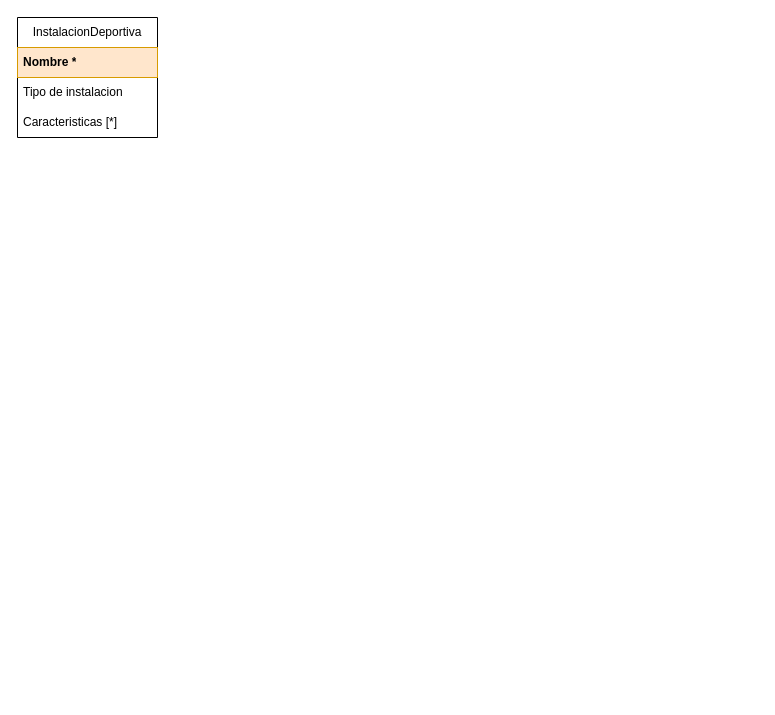
jhosebro/Bases-de-datos keeps this draw.io diagram as reservaInstalacionesDeportivasUML.drawio. Above is the earlier version. Source tidied: cells renumbered, new cells numbered last; positions are measured from the earlier drawing's top-left corner, leaving out a move shared by most shapes. Both pictures are drawn from the tidied source at 100%, with x=0, y=0 at pixel (17, 17).
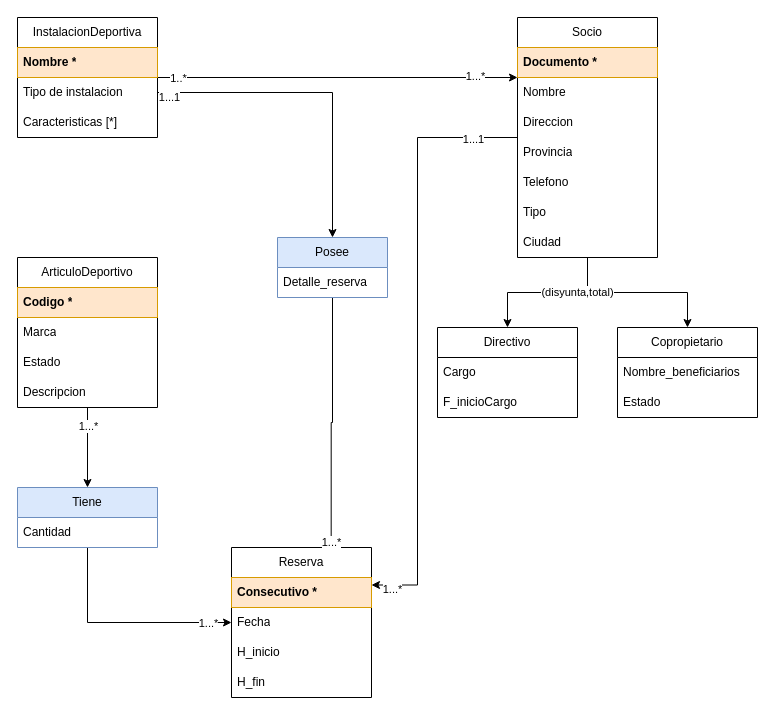
The same diagram, later.

The change refers to these unchanged cells:
```xml
<mxCell id="2" value="InstalacionDeportiva" style="swimlane;fontStyle=0;horizontal=1;startSize=30;whiteSpace=wrap;html=1;" parent="1" vertex="1">
  <mxGeometry width="140" height="120" as="geometry" />
</mxCell>
<mxCell id="4" value="Tipo de instalacion" style="text;strokeColor=none;fillColor=none;align=left;verticalAlign=middle;spacingLeft=4;spacingRight=4;overflow=hidden;points=[[0,0.5],[1,0.5]];portConstraint=eastwest;whiteSpace=wrap;html=1;" parent="2" vertex="1">
  <mxGeometry y="60" width="140" height="30" as="geometry" />
</mxCell>
```

Diff of the diagram source:
```diff
@@
+    <mxCell id="6" style="edgeStyle=orthogonalEdgeStyle;rounded=0;jettySize=auto;html=1;entryX=0;entryY=0.25;entryDx=0;entryDy=0;" parent="1" edge="1" source="2" target="14">
+      <mxGeometry relative="1" as="geometry" />
+    </mxCell>
+    <mxCell id="7" value="1..*" style="edgeLabel;html=1;align=center;verticalAlign=middle;" parent="6" vertex="1">
+      <mxGeometry x="-0.89" y="-1" relative="1" as="geometry" />
+    </mxCell>
+    <mxCell id="8" value="1...*" style="edgeLabel;html=1;align=center;verticalAlign=middle;" parent="6" vertex="1">
+      <mxGeometry x="0.76" y="1" relative="1" as="geometry" />
+    </mxCell>
@@
+    <mxCell id="9" style="edgeStyle=orthogonalEdgeStyle;rounded=0;jettySize=auto;html=1;entryX=0.5;entryY=0;entryDx=0;entryDy=0;" parent="1" edge="1" source="14" target="22">
+      <mxGeometry relative="1" as="geometry" />
+    </mxCell>
+    <mxCell id="10" value="(disyunta,total)" style="edgeStyle=orthogonalEdgeStyle;rounded=0;jettySize=auto;html=1;" parent="1" edge="1" source="14" target="25">
+      <mxGeometry x="-0.59" y="-10" relative="1" as="geometry">
+        <mxPoint x="-10" y="-10" as="offset" />
+      </mxGeometry>
+    </mxCell>
+    <mxCell id="11" style="edgeStyle=orthogonalEdgeStyle;rounded=0;jettySize=auto;html=1;entryX=1;entryY=0.25;entryDx=0;entryDy=0;" parent="1" edge="1" source="14" target="35">
+      <mxGeometry relative="1" as="geometry">
+        <Array as="points">
+          <mxPoint x="400" y="120" />
+          <mxPoint x="400" y="568" />
+        </Array>
+      </mxGeometry>
+    </mxCell>
+    <mxCell id="12" value="1...*" style="edgeLabel;html=1;align=center;verticalAlign=middle;" parent="11" vertex="1">
+      <mxGeometry x="0.93" y="4" relative="1" as="geometry" />
+    </mxCell>
+    <mxCell id="13" value="1...1" style="edgeLabel;html=1;align=center;verticalAlign=middle;" parent="11" vertex="1">
+      <mxGeometry x="-0.85" y="1" relative="1" as="geometry" />
+    </mxCell>
+    <mxCell id="14" value="Socio" style="swimlane;fontStyle=0;horizontal=1;startSize=30;whiteSpace=wrap;html=1;" parent="1" vertex="1">
+      <mxGeometry x="500" width="140" height="240" as="geometry" />
+    </mxCell>
+    <mxCell id="15" value="Documento *" style="text;strokeColor=#d79b00;fillColor=#ffe6cc;align=left;verticalAlign=middle;spacingLeft=4;spacingRight=4;overflow=hidden;whiteSpace=wrap;html=1;fontStyle=1;" parent="14" vertex="1">
+      <mxGeometry y="30" width="140" height="30" as="geometry" />
+    </mxCell>
+    <mxCell id="16" value="Nombre" style="text;strokeColor=none;fillColor=none;align=left;verticalAlign=middle;spacingLeft=4;spacingRight=4;overflow=hidden;whiteSpace=wrap;html=1;" parent="14" vertex="1">
+      <mxGeometry y="60" width="140" height="30" as="geometry" />
+    </mxCell>
+    <mxCell id="17" value="Direccion" style="text;strokeColor=none;fillColor=none;align=left;verticalAlign=middle;spacingLeft=4;spacingRight=4;overflow=hidden;whiteSpace=wrap;html=1;" parent="14" vertex="1">
+      <mxGeometry y="90" width="140" height="30" as="geometry" />
+    </mxCell>
+    <mxCell id="18" value="Provincia" style="text;strokeColor=none;fillColor=none;align=left;verticalAlign=middle;spacingLeft=4;spacingRight=4;overflow=hidden;whiteSpace=wrap;html=1;" parent="14" vertex="1">
+      <mxGeometry y="120" width="140" height="30" as="geometry" />
+    </mxCell>
+    <mxCell id="19" value="Telefono" style="text;strokeColor=none;fillColor=none;align=left;verticalAlign=middle;spacingLeft=4;spacingRight=4;overflow=hidden;whiteSpace=wrap;html=1;" parent="14" vertex="1">
+      <mxGeometry y="150" width="140" height="30" as="geometry" />
+    </mxCell>
+    <mxCell id="20" value="Tipo" style="text;strokeColor=none;fillColor=none;align=left;verticalAlign=middle;spacingLeft=4;spacingRight=4;overflow=hidden;whiteSpace=wrap;html=1;" parent="14" vertex="1">
+      <mxGeometry y="180" width="140" height="30" as="geometry" />
+    </mxCell>
+    <mxCell id="21" value="Ciudad" style="text;strokeColor=none;fillColor=none;align=left;verticalAlign=middle;spacingLeft=4;spacingRight=4;overflow=hidden;whiteSpace=wrap;html=1;" parent="14" vertex="1">
+      <mxGeometry y="210" width="140" height="30" as="geometry" />
+    </mxCell>
+    <mxCell id="22" value="Directivo" style="swimlane;fontStyle=0;horizontal=1;startSize=30;whiteSpace=wrap;html=1;" parent="1" vertex="1">
+      <mxGeometry x="420" y="310" width="140" height="90" as="geometry" />
+    </mxCell>
+    <mxCell id="23" value="Cargo" style="text;strokeColor=none;fillColor=none;align=left;verticalAlign=middle;spacingLeft=4;spacingRight=4;overflow=hidden;whiteSpace=wrap;html=1;" parent="22" vertex="1">
+      <mxGeometry y="30" width="140" height="30" as="geometry" />
+    </mxCell>
+    <mxCell id="24" value="F_inicioCargo" style="text;strokeColor=none;fillColor=none;align=left;verticalAlign=middle;spacingLeft=4;spacingRight=4;overflow=hidden;whiteSpace=wrap;html=1;" parent="22" vertex="1">
+      <mxGeometry y="60" width="140" height="30" as="geometry" />
+    </mxCell>
+    <mxCell id="25" value="Copropietario" style="swimlane;fontStyle=0;horizontal=1;startSize=30;whiteSpace=wrap;html=1;" parent="1" vertex="1">
+      <mxGeometry x="600" y="310" width="140" height="90" as="geometry" />
+    </mxCell>
+    <mxCell id="26" value="Nombre_beneficiarios" style="text;strokeColor=none;fillColor=none;align=left;verticalAlign=middle;spacingLeft=4;spacingRight=4;overflow=hidden;whiteSpace=wrap;html=1;" parent="25" vertex="1">
+      <mxGeometry y="30" width="140" height="30" as="geometry" />
+    </mxCell>
+    <mxCell id="27" value="Estado" style="text;strokeColor=none;fillColor=none;align=left;verticalAlign=middle;spacingLeft=4;spacingRight=4;overflow=hidden;whiteSpace=wrap;html=1;" parent="25" vertex="1">
+      <mxGeometry y="60" width="140" height="30" as="geometry" />
+    </mxCell>
+    <mxCell id="28" style="edgeStyle=orthogonalEdgeStyle;rounded=0;jettySize=auto;html=1;" parent="1" edge="1" source="30" target="48">
+      <mxGeometry relative="1" as="geometry" />
+    </mxCell>
+    <mxCell id="29" value="1...*" style="edgeLabel;html=1;align=center;verticalAlign=middle;" parent="28" vertex="1">
+      <mxGeometry x="-0.55" relative="1" as="geometry" />
+    </mxCell>
+    <mxCell id="30" value="ArticuloDeportivo" style="swimlane;fontStyle=0;horizontal=1;startSize=30;whiteSpace=wrap;html=1;" parent="1" vertex="1">
+      <mxGeometry y="240" width="140" height="150" as="geometry" />
+    </mxCell>
+    <mxCell id="31" value="&lt;b&gt;Codigo *&lt;/b&gt;" style="text;strokeColor=#d79b00;fillColor=#ffe6cc;align=left;verticalAlign=middle;spacingLeft=4;spacingRight=4;overflow=hidden;whiteSpace=wrap;html=1;" parent="30" vertex="1">
+      <mxGeometry y="30" width="140" height="30" as="geometry" />
+    </mxCell>
+    <mxCell id="32" value="Marca" style="text;strokeColor=none;fillColor=none;align=left;verticalAlign=middle;spacingLeft=4;spacingRight=4;overflow=hidden;whiteSpace=wrap;html=1;" parent="30" vertex="1">
+      <mxGeometry y="60" width="140" height="30" as="geometry" />
+    </mxCell>
+    <mxCell id="33" value="Estado" style="text;strokeColor=none;fillColor=none;align=left;verticalAlign=middle;spacingLeft=4;spacingRight=4;overflow=hidden;whiteSpace=wrap;html=1;" parent="30" vertex="1">
+      <mxGeometry y="90" width="140" height="30" as="geometry" />
+    </mxCell>
+    <mxCell id="34" value="Descripcion" style="text;strokeColor=none;fillColor=none;align=left;verticalAlign=middle;spacingLeft=4;spacingRight=4;overflow=hidden;whiteSpace=wrap;html=1;" parent="30" vertex="1">
+      <mxGeometry y="120" width="140" height="30" as="geometry" />
+    </mxCell>
+    <mxCell id="35" value="Reserva" style="swimlane;fontStyle=0;horizontal=1;startSize=30;whiteSpace=wrap;html=1;" parent="1" vertex="1">
+      <mxGeometry x="214" y="530" width="140" height="150" as="geometry" />
+    </mxCell>
+    <mxCell id="36" value="&lt;b&gt;Consecutivo *&lt;/b&gt;" style="text;strokeColor=#d79b00;fillColor=#ffe6cc;align=left;verticalAlign=middle;spacingLeft=4;spacingRight=4;overflow=hidden;whiteSpace=wrap;html=1;" parent="35" vertex="1">
+      <mxGeometry y="30" width="140" height="30" as="geometry" />
+    </mxCell>
+    <mxCell id="37" value="Fecha" style="text;strokeColor=none;fillColor=none;align=left;verticalAlign=middle;spacingLeft=4;spacingRight=4;overflow=hidden;points=[[0,0.5],[1,0.5]];portConstraint=eastwest;whiteSpace=wrap;html=1;" parent="35" vertex="1">
+      <mxGeometry y="60" width="140" height="30" as="geometry" />
+    </mxCell>
+    <mxCell id="38" value="H_inicio" style="text;strokeColor=none;fillColor=none;align=left;verticalAlign=middle;spacingLeft=4;spacingRight=4;overflow=hidden;whiteSpace=wrap;html=1;" parent="35" vertex="1">
+      <mxGeometry y="90" width="140" height="30" as="geometry" />
+    </mxCell>
+    <mxCell id="39" value="H_fin" style="text;strokeColor=none;fillColor=none;align=left;verticalAlign=middle;spacingLeft=4;spacingRight=4;overflow=hidden;whiteSpace=wrap;html=1;" parent="35" vertex="1">
+      <mxGeometry y="120" width="140" height="30" as="geometry" />
+    </mxCell>
+    <mxCell id="40" style="edgeStyle=orthogonalEdgeStyle;rounded=0;jettySize=auto;html=1;entryX=0.712;entryY=0.013;entryDx=0;entryDy=0;entryPerimeter=0;" parent="1" edge="1" source="44" target="35">
+      <mxGeometry relative="1" as="geometry" />
+    </mxCell>
+    <mxCell id="41" value="1...*" style="edgeLabel;html=1;align=center;verticalAlign=middle;" parent="40" vertex="1">
+      <mxGeometry x="0.94" relative="1" as="geometry" />
+    </mxCell>
+    <mxCell id="42" style="edgeStyle=orthogonalEdgeStyle;rounded=0;jettySize=auto;html=1;entryX=0.5;entryY=0;entryDx=0;entryDy=0;" parent="1" edge="1" source="4" target="44">
+      <mxGeometry relative="1" as="geometry" />
+    </mxCell>
+    <mxCell id="43" value="1...1" style="edgeLabel;html=1;align=center;verticalAlign=middle;" parent="42" vertex="1">
+      <mxGeometry x="-0.93" y="-4" relative="1" as="geometry" />
+    </mxCell>
+    <mxCell id="44" value="Posee" style="swimlane;fontStyle=0;horizontal=1;startSize=30;whiteSpace=wrap;html=1;fillColor=#dae8fc;strokeColor=#6c8ebf;" parent="1" vertex="1">
+      <mxGeometry x="260" y="220" width="110" height="60" as="geometry" />
+    </mxCell>
+    <mxCell id="45" value="Detalle_reserva" style="text;strokeColor=none;fillColor=none;align=left;verticalAlign=middle;spacingLeft=4;spacingRight=4;overflow=hidden;whiteSpace=wrap;html=1;" parent="44" vertex="1">
+      <mxGeometry y="30" width="110" height="30" as="geometry" />
+    </mxCell>
+    <mxCell id="46" style="edgeStyle=orthogonalEdgeStyle;rounded=0;jettySize=auto;html=1;entryX=0;entryY=0.5;entryDx=0;entryDy=0;" parent="1" edge="1" source="48" target="37">
+      <mxGeometry relative="1" as="geometry" />
+    </mxCell>
+    <mxCell id="47" value="1...*" style="edgeLabel;html=1;align=center;verticalAlign=middle;" parent="46" vertex="1">
+      <mxGeometry x="0.83" y="-2" relative="1" as="geometry">
+        <mxPoint x="-5" y="-2" as="offset" />
+      </mxGeometry>
+    </mxCell>
+    <mxCell id="48" value="Tiene" style="swimlane;fontStyle=0;horizontal=1;startSize=30;whiteSpace=wrap;html=1;fillColor=#dae8fc;strokeColor=#6c8ebf;" parent="1" vertex="1">
+      <mxGeometry y="470" width="140" height="60" as="geometry" />
+    </mxCell>
+    <mxCell id="49" value="Cantidad" style="text;strokeColor=none;fillColor=none;align=left;verticalAlign=middle;spacingLeft=4;spacingRight=4;overflow=hidden;whiteSpace=wrap;html=1;" parent="48" vertex="1">
+      <mxGeometry y="30" width="140" height="30" as="geometry" />
+    </mxCell>
```
